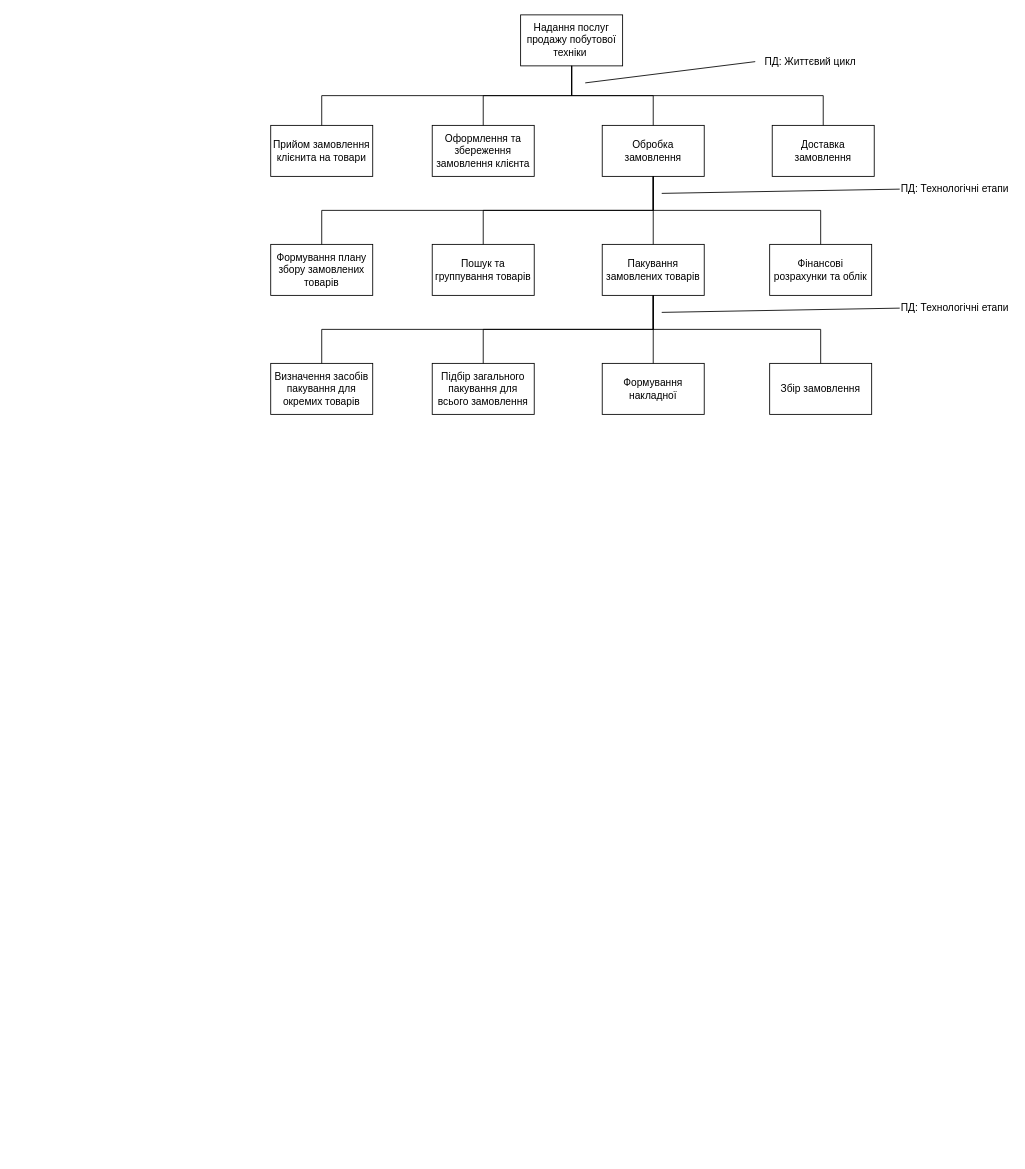
Earlier version of the draw.io diagram System decomposing.drawio (Mehanari/system_analysis_first_practice). Source tidied: cells renumbered, new cells numbered last; positions are measured from the earlier drawing's top-left corner, leaving out a move shared by most shapes. Both pictures are drawn from the tidied source at 85%, with x=0, y=0 at pixel (270, 14).
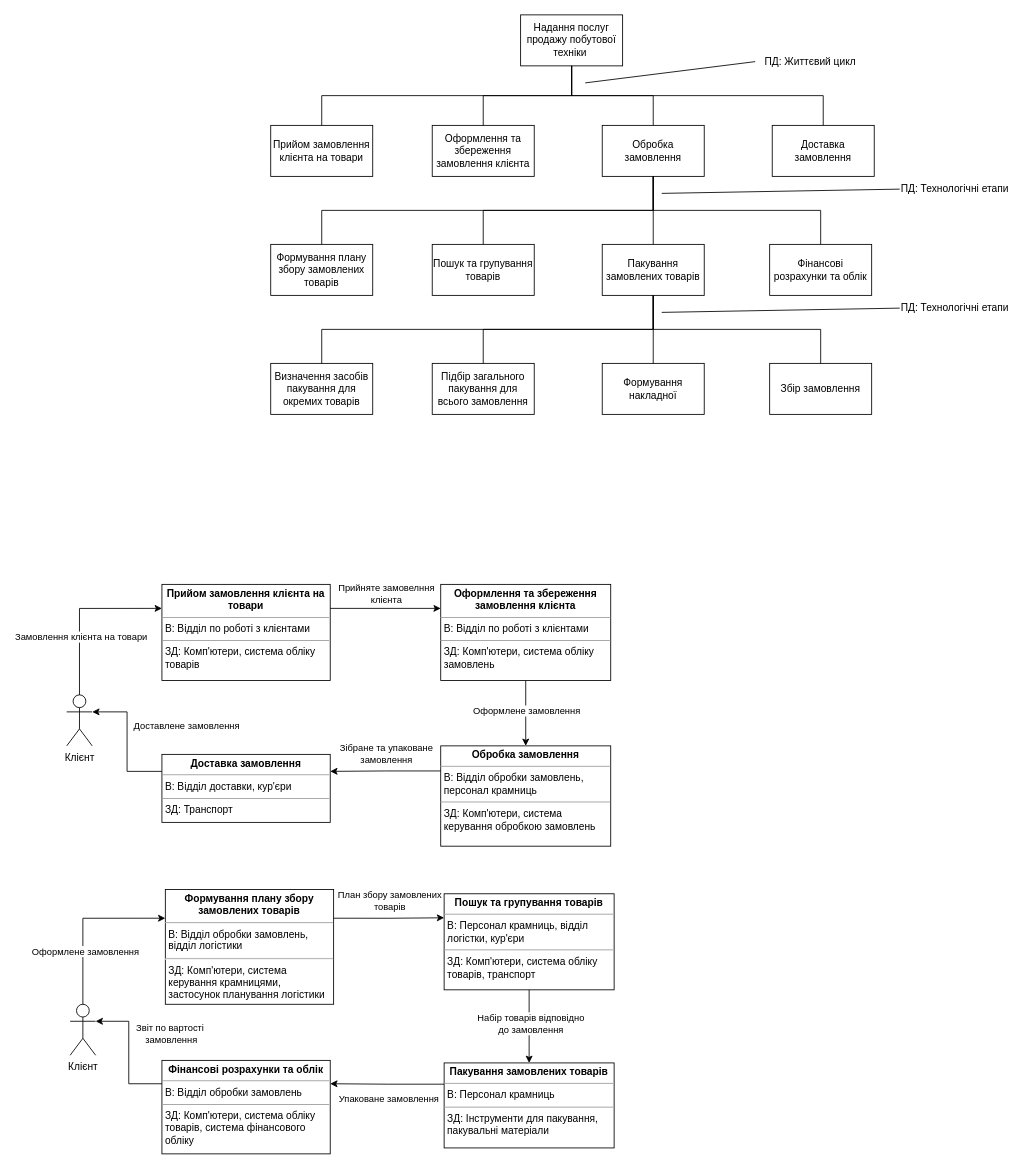
Above is the later version.

Diff of the diagram source:
```diff
@@
-    <mxCell id="3" value="Прийом замовлення клієнита на товари" style="rounded=0;whiteSpace=wrap;html=1;" parent="1" vertex="1">
+    <mxCell id="3" value="Прийом замовлення клієнта на товари" style="rounded=0;whiteSpace=wrap;html=1;" parent="1" vertex="1">
       <mxGeometry y="130" width="120" height="60" as="geometry" />
     </mxCell>
@@
-    <mxCell id="12" value="Пошук та группування товарів" style="rounded=0;whiteSpace=wrap;html=1;" parent="1" vertex="1">
+    <mxCell id="12" value="Пошук та групування товарів" style="rounded=0;whiteSpace=wrap;html=1;" parent="1" vertex="1">
       <mxGeometry x="190" y="270" width="120" height="60" as="geometry" />
     </mxCell>
@@
+    <mxCell id="33" value="&lt;p style=&quot;margin:0px;margin-top:4px;text-align:center;&quot;&gt;&lt;b&gt;Прийом замовлення клієнта на товари&lt;/b&gt;&lt;/p&gt;&lt;hr size=&quot;1&quot;&gt;&lt;p style=&quot;margin:0px;margin-left:4px;&quot;&gt;В: Відділ по роботі з клієнтами&lt;/p&gt;&lt;hr size=&quot;1&quot;&gt;&lt;p style=&quot;margin:0px;margin-left:4px;&quot;&gt;ЗД: Комп'ютери, система обліку товарів&lt;/p&gt;" style="verticalAlign=top;align=left;overflow=fill;fontSize=12;fontFamily=Helvetica;html=1;whiteSpace=wrap;" parent="1" vertex="1">
+      <mxGeometry x="-128" y="670" width="198" height="113" as="geometry" />
+    </mxCell>
+    <mxCell id="34" style="edgeStyle=orthogonalEdgeStyle;rounded=0;jettySize=auto;html=1;exitX=0.5;exitY=1;exitDx=0;exitDy=0;entryX=0.5;entryY=0;entryDx=0;entryDy=0;" parent="1" edge="1" source="36" target="37">
+      <mxGeometry relative="1" as="geometry" />
+    </mxCell>
+    <mxCell id="35" value="Оформлене замовлення" style="edgeLabel;html=1;align=center;verticalAlign=middle;" parent="34" vertex="1">
+      <mxGeometry x="-0.1" relative="1" as="geometry" />
+    </mxCell>
+    <mxCell id="36" value="&lt;p style=&quot;margin:0px;margin-top:4px;text-align:center;&quot;&gt;&lt;b&gt;Оформлення та збереження замовлення клієнта&lt;/b&gt;&lt;/p&gt;&lt;hr size=&quot;1&quot;&gt;&lt;p style=&quot;margin:0px;margin-left:4px;&quot;&gt;В: Відділ по роботі з клієнтами&lt;/p&gt;&lt;hr size=&quot;1&quot;&gt;&lt;p style=&quot;margin:0px;margin-left:4px;&quot;&gt;ЗД: Комп'ютери, система обліку замовлень&lt;/p&gt;" style="verticalAlign=top;align=left;overflow=fill;fontSize=12;fontFamily=Helvetica;html=1;whiteSpace=wrap;" parent="1" vertex="1">
+      <mxGeometry x="200" y="670" width="200" height="113" as="geometry" />
+    </mxCell>
+    <mxCell id="37" value="&lt;p style=&quot;margin:0px;margin-top:4px;text-align:center;&quot;&gt;&lt;b&gt;Обробка замовлення&lt;/b&gt;&lt;/p&gt;&lt;hr size=&quot;1&quot;&gt;&lt;p style=&quot;margin:0px;margin-left:4px;&quot;&gt;В: Відділ обробки замовлень, персонал крамниць&lt;/p&gt;&lt;hr size=&quot;1&quot;&gt;&lt;p style=&quot;margin:0px;margin-left:4px;&quot;&gt;ЗД: Комп'ютери, система керування обробкою замовлень&lt;/p&gt;" style="verticalAlign=top;align=left;overflow=fill;fontSize=12;fontFamily=Helvetica;html=1;whiteSpace=wrap;" parent="1" vertex="1">
+      <mxGeometry x="200" y="860" width="200" height="118" as="geometry" />
+    </mxCell>
+    <mxCell id="38" value="&lt;p style=&quot;margin:0px;margin-top:4px;text-align:center;&quot;&gt;&lt;b&gt;Доставка замовлення&lt;/b&gt;&lt;/p&gt;&lt;hr size=&quot;1&quot;&gt;&lt;p style=&quot;margin:0px;margin-left:4px;&quot;&gt;В: Відділ доставки, кур'єри&lt;/p&gt;&lt;hr size=&quot;1&quot;&gt;&lt;p style=&quot;margin:0px;margin-left:4px;&quot;&gt;ЗД: Транспорт&lt;/p&gt;" style="verticalAlign=top;align=left;overflow=fill;fontSize=12;fontFamily=Helvetica;html=1;whiteSpace=wrap;" parent="1" vertex="1">
+      <mxGeometry x="-128" y="870" width="198" height="80" as="geometry" />
+    </mxCell>
+    <mxCell id="39" value="Клієнт" style="shape=umlActor;verticalLabelPosition=bottom;verticalAlign=top;html=1;" parent="1" vertex="1">
+      <mxGeometry x="-240" y="800" width="30" height="60" as="geometry" />
+    </mxCell>
+    <mxCell id="40" style="endArrow=classic;html=1;rounded=0;edgeStyle=orthogonalEdgeStyle;entryX=0;entryY=0.25;entryDx=0;entryDy=0;exitX=0.5;exitY=0;exitDx=0;exitDy=0;exitPerimeter=0;" parent="1" edge="1" source="39" target="33">
+      <mxGeometry relative="1" as="geometry" />
+    </mxCell>
+    <mxCell id="41" value="Замовлення клієнта на товари" style="edgeLabel;html=1;align=center;verticalAlign=middle;" parent="40" vertex="1">
+      <mxGeometry x="-0.31" y="-1" relative="1" as="geometry" />
+    </mxCell>
+    <mxCell id="42" style="endArrow=classic;html=1;rounded=0;edgeStyle=orthogonalEdgeStyle;entryX=0;entryY=0.25;entryDx=0;entryDy=0;exitX=1;exitY=0.25;exitDx=0;exitDy=0;" parent="1" edge="1" source="33" target="36">
+      <mxGeometry relative="1" as="geometry" />
+    </mxCell>
+    <mxCell id="43" value="Прийняте замовелння&lt;br&gt;клієнта" style="edgeLabel;html=1;align=center;verticalAlign=middle;" parent="42" vertex="1">
+      <mxGeometry x="-0.31" y="-1" relative="1" as="geometry">
+        <mxPoint x="20" y="-19" as="offset" />
+      </mxGeometry>
+    </mxCell>
+    <mxCell id="44" style="edgeStyle=orthogonalEdgeStyle;rounded=0;jettySize=auto;html=1;exitX=0;exitY=0.25;exitDx=0;exitDy=0;entryX=1;entryY=0.25;entryDx=0;entryDy=0;" parent="1" edge="1" source="37" target="38">
+      <mxGeometry relative="1" as="geometry" />
+    </mxCell>
+    <mxCell id="45" value="Зібране та упаковане&lt;br&gt;замовлення" style="edgeLabel;html=1;align=center;verticalAlign=middle;" parent="44" vertex="1">
+      <mxGeometry x="-0.1" relative="1" as="geometry">
+        <mxPoint x="-6" y="-20" as="offset" />
+      </mxGeometry>
+    </mxCell>
+    <mxCell id="46" value="План збору замовлених&lt;br&gt;товарів" style="edgeLabel;html=1;align=center;verticalAlign=middle;" parent="44" vertex="1">
+      <mxGeometry x="-0.1" relative="1" as="geometry">
+        <mxPoint x="-2" y="153" as="offset" />
+      </mxGeometry>
+    </mxCell>
+    <mxCell id="47" style="edgeStyle=orthogonalEdgeStyle;rounded=0;jettySize=auto;html=1;exitX=0;exitY=0.25;exitDx=0;exitDy=0;entryX=1;entryY=0.3333333333333333;entryDx=0;entryDy=0;entryPerimeter=0;" parent="1" edge="1" source="38" target="39">
+      <mxGeometry relative="1" as="geometry" />
+    </mxCell>
+    <mxCell id="48" value="Доставлене замовлення" style="edgeLabel;html=1;align=center;verticalAlign=middle;" parent="47" vertex="1">
+      <mxGeometry x="-0.1" relative="1" as="geometry">
+        <mxPoint x="69" y="-27" as="offset" />
+      </mxGeometry>
+    </mxCell>
+    <mxCell id="49" value="&lt;p style=&quot;margin:0px;margin-top:4px;text-align:center;&quot;&gt;&lt;b&gt;Формування плану збору замовлених товарів&lt;/b&gt;&lt;/p&gt;&lt;hr size=&quot;1&quot;&gt;&lt;p style=&quot;margin:0px;margin-left:4px;&quot;&gt;В: Відділ обробки замовлень, відділ логістики&lt;/p&gt;&lt;hr&gt;&lt;p style=&quot;margin:0px;margin-left:4px;&quot;&gt;ЗД: Комп'ютери, система керування крамницями, застосунок планування логістики&lt;/p&gt;" style="verticalAlign=top;align=left;overflow=fill;fontSize=12;fontFamily=Helvetica;html=1;whiteSpace=wrap;" parent="1" vertex="1">
+      <mxGeometry x="-124" y="1029" width="198" height="135" as="geometry" />
+    </mxCell>
+    <mxCell id="50" style="edgeStyle=orthogonalEdgeStyle;rounded=0;jettySize=auto;html=1;exitX=0.5;exitY=1;exitDx=0;exitDy=0;entryX=0.5;entryY=0;entryDx=0;entryDy=0;" parent="1" edge="1" source="52" target="53">
+      <mxGeometry relative="1" as="geometry" />
+    </mxCell>
+    <mxCell id="51" value="Набір товарів відповідно&lt;br&gt;до замовлення" style="edgeLabel;html=1;align=center;verticalAlign=middle;" parent="50" vertex="1">
+      <mxGeometry x="-0.09" y="1" relative="1" as="geometry" />
+    </mxCell>
+    <mxCell id="52" value="&lt;p style=&quot;margin:0px;margin-top:4px;text-align:center;&quot;&gt;&lt;b&gt;Пошук та групування товарів&lt;/b&gt;&lt;/p&gt;&lt;hr size=&quot;1&quot;&gt;&lt;p style=&quot;margin:0px;margin-left:4px;&quot;&gt;В: Персонал крамниць, відділ логістки, кур'єри&lt;/p&gt;&lt;hr size=&quot;1&quot;&gt;&lt;p style=&quot;margin:0px;margin-left:4px;&quot;&gt;ЗД: Комп'ютери, система обліку товарів, транспорт&lt;/p&gt;" style="verticalAlign=top;align=left;overflow=fill;fontSize=12;fontFamily=Helvetica;html=1;whiteSpace=wrap;" parent="1" vertex="1">
+      <mxGeometry x="204" y="1034" width="200" height="113" as="geometry" />
+    </mxCell>
+    <mxCell id="53" value="&lt;p style=&quot;margin:0px;margin-top:4px;text-align:center;&quot;&gt;&lt;b&gt;Пакування замовлених товарів&lt;/b&gt;&lt;/p&gt;&lt;hr size=&quot;1&quot;&gt;&lt;p style=&quot;margin:0px;margin-left:4px;&quot;&gt;В: Персонал крамниць&lt;/p&gt;&lt;hr size=&quot;1&quot;&gt;&lt;p style=&quot;margin:0px;margin-left:4px;&quot;&gt;ЗД: Інструменти для пакування, пакувальні матеріали&lt;/p&gt;" style="verticalAlign=top;align=left;overflow=fill;fontSize=12;fontFamily=Helvetica;html=1;whiteSpace=wrap;" parent="1" vertex="1">
+      <mxGeometry x="204" y="1233" width="200" height="100" as="geometry" />
+    </mxCell>
+    <mxCell id="54" value="&lt;p style=&quot;margin:0px;margin-top:4px;text-align:center;&quot;&gt;&lt;b&gt;Фінансові розрахунки та облік&lt;/b&gt;&lt;/p&gt;&lt;hr size=&quot;1&quot;&gt;&lt;p style=&quot;margin:0px;margin-left:4px;&quot;&gt;В: Відділ обробки замовлень&lt;/p&gt;&lt;hr size=&quot;1&quot;&gt;&lt;p style=&quot;margin:0px;margin-left:4px;&quot;&gt;ЗД: Комп'ютери, система обліку товарів, система фінансового обліку&lt;/p&gt;" style="verticalAlign=top;align=left;overflow=fill;fontSize=12;fontFamily=Helvetica;html=1;whiteSpace=wrap;" parent="1" vertex="1">
+      <mxGeometry x="-128" y="1230" width="198" height="110" as="geometry" />
+    </mxCell>
+    <mxCell id="55" value="Клієнт" style="shape=umlActor;verticalLabelPosition=bottom;verticalAlign=top;html=1;" parent="1" vertex="1">
+      <mxGeometry x="-236" y="1164" width="30" height="60" as="geometry" />
+    </mxCell>
+    <mxCell id="56" style="endArrow=classic;html=1;rounded=0;edgeStyle=orthogonalEdgeStyle;entryX=0;entryY=0.25;entryDx=0;entryDy=0;exitX=0.5;exitY=0;exitDx=0;exitDy=0;exitPerimeter=0;" parent="1" edge="1" source="55" target="49">
+      <mxGeometry relative="1" as="geometry" />
+    </mxCell>
+    <mxCell id="57" value="Оформлене замовлення" style="edgeLabel;html=1;align=center;verticalAlign=middle;" parent="56" vertex="1">
+      <mxGeometry x="-0.36" y="-2" relative="1" as="geometry" />
+    </mxCell>
+    <mxCell id="58" style="endArrow=classic;html=1;rounded=0;edgeStyle=orthogonalEdgeStyle;entryX=0;entryY=0.25;entryDx=0;entryDy=0;exitX=1;exitY=0.25;exitDx=0;exitDy=0;" parent="1" edge="1" source="49" target="52">
+      <mxGeometry relative="1" as="geometry" />
+    </mxCell>
+    <mxCell id="59" style="edgeStyle=orthogonalEdgeStyle;rounded=0;jettySize=auto;html=1;exitX=0;exitY=0.25;exitDx=0;exitDy=0;entryX=1;entryY=0.25;entryDx=0;entryDy=0;" parent="1" edge="1" source="53" target="54">
+      <mxGeometry relative="1" as="geometry" />
+    </mxCell>
+    <mxCell id="60" value="Упаковане замовлення" style="edgeLabel;html=1;align=center;verticalAlign=middle;" parent="59" vertex="1">
+      <mxGeometry x="0.16" relative="1" as="geometry">
+        <mxPoint x="12" y="18" as="offset" />
+      </mxGeometry>
+    </mxCell>
+    <mxCell id="61" style="edgeStyle=orthogonalEdgeStyle;rounded=0;jettySize=auto;html=1;exitX=0;exitY=0.25;exitDx=0;exitDy=0;entryX=1;entryY=0.3333333333333333;entryDx=0;entryDy=0;entryPerimeter=0;" parent="1" edge="1" source="54" target="55">
+      <mxGeometry relative="1" as="geometry" />
+    </mxCell>
+    <mxCell id="62" value="Звіт по вартості&amp;nbsp;&lt;br&gt;замовлення" style="edgeLabel;html=1;align=center;verticalAlign=middle;" parent="61" vertex="1">
+      <mxGeometry x="0.29" y="-2" relative="1" as="geometry">
+        <mxPoint x="47" as="offset" />
+      </mxGeometry>
+    </mxCell>
```
